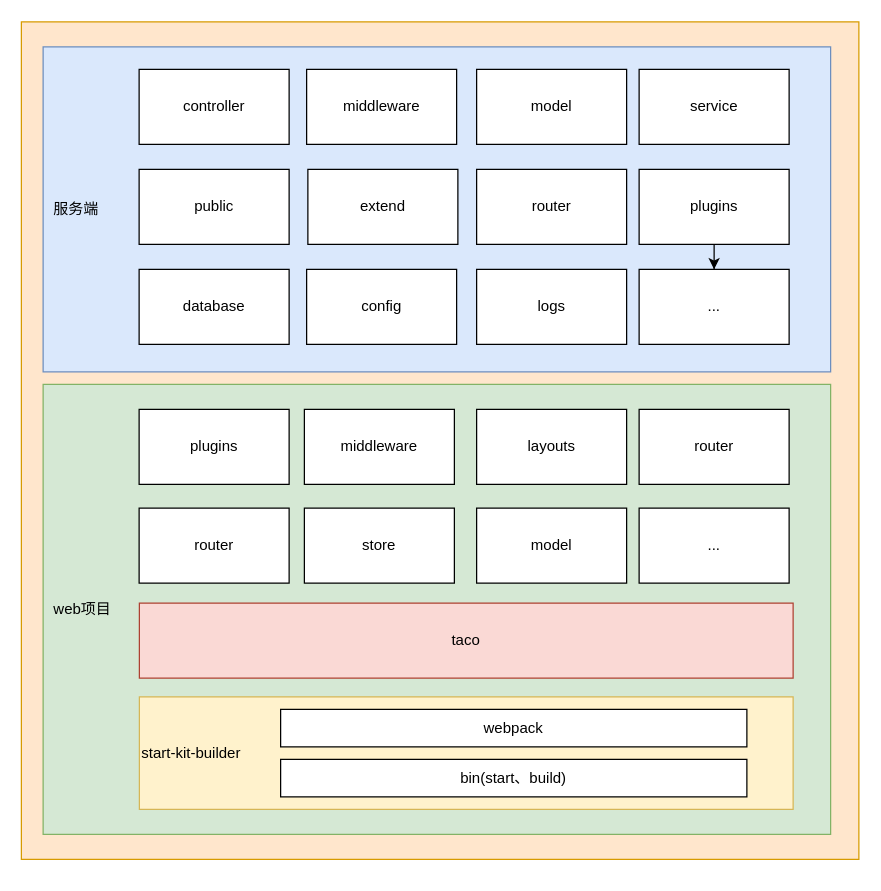
This is Untitled Diagram.drawio from arronlovepudding/pudding, a draw.io file, before an edit. Source tidied: cells renumbered, new cells numbered last; positions are measured from the earlier drawing's top-left corner, leaving out a move shared by most shapes. Both pictures are drawn from the tidied source at 125%, with x=0, y=0 at pixel (21, 21).
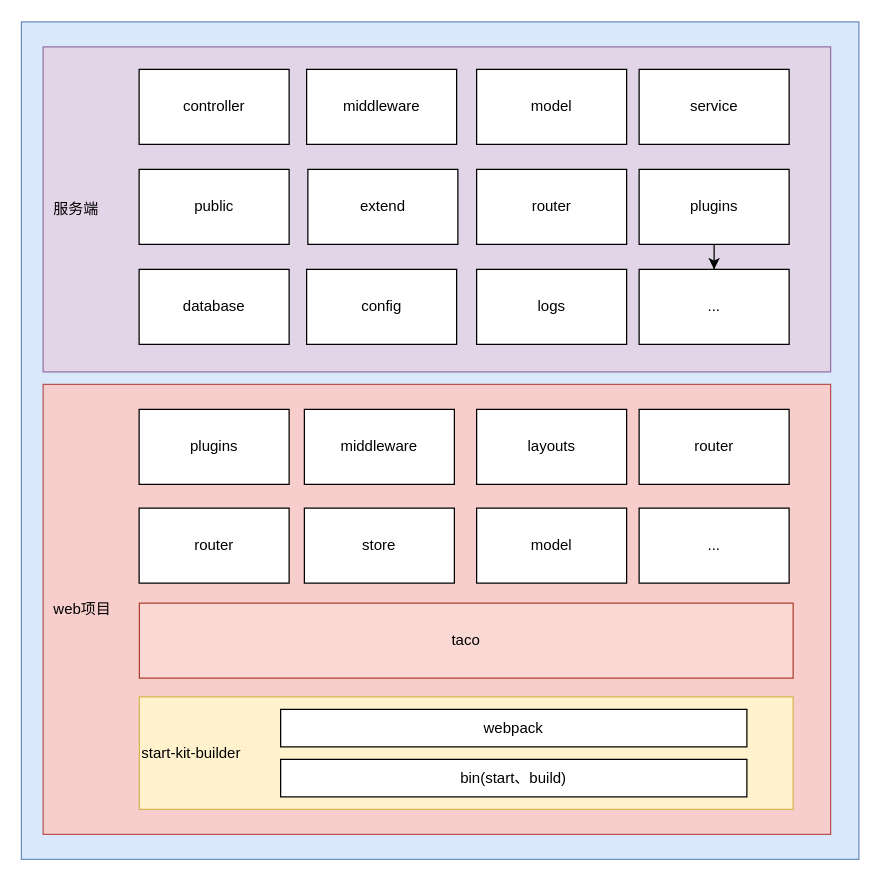
After the change.

The edit, as a diff of the source:
```diff
@@
-    <mxCell id="2" style="whiteSpace=wrap;html=1;fillColor=#ffe6cc;strokeColor=#d79b00;" parent="1" vertex="1">
+    <mxCell id="2" style="whiteSpace=wrap;html=1;fillColor=#dae8fc;strokeColor=#6c8ebf;" parent="1" vertex="1">
       <mxGeometry x="-0.4" width="670" height="670" as="geometry" />
     </mxCell>
-    <mxCell id="3" value="&amp;nbsp; 服务端" style="rounded=0;whiteSpace=wrap;html=1;fillColor=#dae8fc;strokeColor=#6c8ebf;align=left;" parent="1" vertex="1">
+    <mxCell id="3" value="&amp;nbsp; 服务端" style="rounded=0;whiteSpace=wrap;html=1;fillColor=#e1d5e7;strokeColor=#9673a6;align=left;" parent="1" vertex="1">
       <mxGeometry x="17" y="20" width="630" height="260" as="geometry" />
     </mxCell>
@@
-    <mxCell id="18" value="&amp;nbsp; web项目" style="rounded=0;whiteSpace=wrap;html=1;fillColor=#d5e8d4;strokeColor=#82b366;align=left;" parent="1" vertex="1">
+    <mxCell id="18" value="&amp;nbsp; web项目" style="rounded=0;whiteSpace=wrap;html=1;fillColor=#f8cecc;strokeColor=#b85450;align=left;" parent="1" vertex="1">
       <mxGeometry x="17" y="290" width="630" height="360" as="geometry" />
     </mxCell>
```
